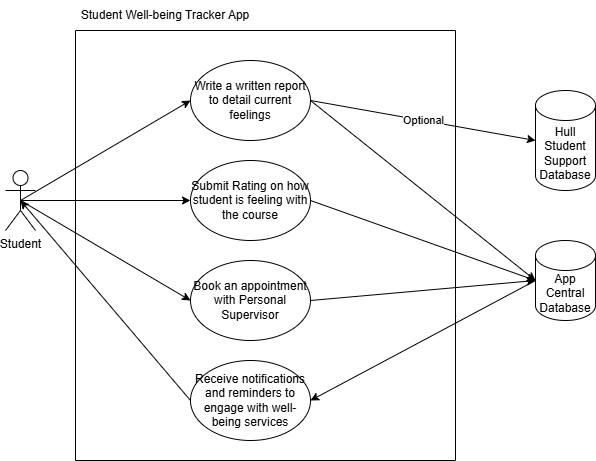
The draw.io diagram DDD_student_usecase.drawio.png in BigGuyUi/DDDcoursework, before a commit. Source tidied: cells renumbered, new cells last; positions are measured from the earlier drawing's top-left corner, leaving out a move shared by most shapes. The source it was exported from:
```xml
<mxGraphModel>
  <root>
    <mxCell id="0" />
    <mxCell id="1" parent="0" />
    <mxCell id="2" value="Student" style="shape=umlActor;verticalLabelPosition=bottom;verticalAlign=top;html=1;outlineConnect=0;" parent="1" vertex="1">
      <mxGeometry y="170" width="30" height="60" as="geometry" />
    </mxCell>
    <mxCell id="3" value="Submit Rating on how student is feeling with the course" style="ellipse;whiteSpace=wrap;html=1;" parent="1" vertex="1">
      <mxGeometry x="185" y="160" width="120" height="80" as="geometry" />
    </mxCell>
    <mxCell id="4" value="Book an appointment with Personal Supervisor" style="ellipse;whiteSpace=wrap;html=1;" parent="1" vertex="1">
      <mxGeometry x="185" y="260" width="120" height="80" as="geometry" />
    </mxCell>
    <mxCell id="5" value="Write a written report to detail current feelings" style="ellipse;whiteSpace=wrap;html=1;" parent="1" vertex="1">
      <mxGeometry x="185" y="60" width="120" height="80" as="geometry" />
    </mxCell>
    <mxCell id="6" value="App Central Database" style="shape=cylinder3;whiteSpace=wrap;html=1;boundedLbl=1;backgroundOutline=1;size=15;" parent="1" vertex="1">
      <mxGeometry x="530" y="240" width="60" height="80" as="geometry" />
    </mxCell>
    <mxCell id="7" style="endArrow=classic;html=1;rounded=0;exitX=0.5;exitY=0.5;exitDx=0;exitDy=0;exitPerimeter=0;entryX=0;entryY=0.5;entryDx=0;entryDy=0;" parent="1" edge="1" source="2" target="3">
      <mxGeometry relative="1" as="geometry" />
    </mxCell>
    <mxCell id="8" style="endArrow=classic;html=1;rounded=0;exitX=0.5;exitY=0.5;exitDx=0;exitDy=0;exitPerimeter=0;entryX=0;entryY=0.5;entryDx=0;entryDy=0;" parent="1" edge="1" source="2" target="5">
      <mxGeometry relative="1" as="geometry" />
    </mxCell>
    <mxCell id="9" style="endArrow=classic;html=1;rounded=0;exitX=0.5;exitY=0.5;exitDx=0;exitDy=0;exitPerimeter=0;entryX=0;entryY=0.5;entryDx=0;entryDy=0;" parent="1" edge="1" source="2" target="4">
      <mxGeometry relative="1" as="geometry" />
    </mxCell>
    <mxCell id="10" style="endArrow=classic;html=1;rounded=0;entryX=0;entryY=0.5;entryDx=0;entryDy=0;entryPerimeter=0;exitX=1;exitY=0.5;exitDx=0;exitDy=0;" parent="1" edge="1" source="3" target="6">
      <mxGeometry relative="1" as="geometry" />
    </mxCell>
    <mxCell id="11" style="endArrow=classic;html=1;rounded=0;entryX=0;entryY=0.5;entryDx=0;entryDy=0;entryPerimeter=0;exitX=1;exitY=0.5;exitDx=0;exitDy=0;" parent="1" edge="1" source="5" target="6">
      <mxGeometry relative="1" as="geometry" />
    </mxCell>
    <mxCell id="12" style="endArrow=classic;html=1;rounded=0;entryX=0;entryY=0.5;entryDx=0;entryDy=0;entryPerimeter=0;exitX=1;exitY=0.5;exitDx=0;exitDy=0;" parent="1" edge="1" source="4" target="6">
      <mxGeometry relative="1" as="geometry" />
    </mxCell>
    <mxCell id="13" value="Receive notifications and reminders to engage with well-being services" style="ellipse;whiteSpace=wrap;html=1;" parent="1" vertex="1">
      <mxGeometry x="185" y="360" width="120" height="80" as="geometry" />
    </mxCell>
    <mxCell id="14" style="endArrow=classic;html=1;rounded=0;exitX=0;exitY=0.5;exitDx=0;exitDy=0;entryX=0.5;entryY=0.5;entryDx=0;entryDy=0;entryPerimeter=0;" parent="1" edge="1" source="13" target="2">
      <mxGeometry relative="1" as="geometry" />
    </mxCell>
    <mxCell id="15" style="endArrow=classic;html=1;rounded=0;exitX=0;exitY=0.5;exitDx=0;exitDy=0;exitPerimeter=0;entryX=1;entryY=0.5;entryDx=0;entryDy=0;" parent="1" edge="1" source="6" target="13">
      <mxGeometry relative="1" as="geometry" />
    </mxCell>
    <mxCell id="16" value="Hull Student Support Database" style="shape=cylinder3;whiteSpace=wrap;html=1;boundedLbl=1;backgroundOutline=1;size=15;" parent="1" vertex="1">
      <mxGeometry x="530" y="90" width="60" height="100" as="geometry" />
    </mxCell>
    <mxCell id="17" style="endArrow=classic;html=1;rounded=0;entryX=0;entryY=0.5;entryDx=0;entryDy=0;entryPerimeter=0;exitX=1;exitY=0.5;exitDx=0;exitDy=0;" parent="1" edge="1" source="5" target="16">
      <mxGeometry relative="1" as="geometry" />
    </mxCell>
    <mxCell id="18" value="Optional" style="edgeLabel;html=1;align=center;verticalAlign=middle;" parent="17" vertex="1">
      <mxGeometry relative="1" as="geometry" />
    </mxCell>
    <mxCell id="19" style="swimlane;startSize=0;" parent="1" vertex="1">
      <mxGeometry x="70" y="30" width="380" height="430" as="geometry" />
    </mxCell>
    <mxCell id="20" value="Student Well-being Tracker App" style="text;html=1;whiteSpace=wrap;strokeColor=none;fillColor=none;align=center;verticalAlign=middle;rounded=0;" parent="1" vertex="1">
      <mxGeometry x="70" width="180" height="30" as="geometry" />
    </mxCell>
  </root>
</mxGraphModel>
```
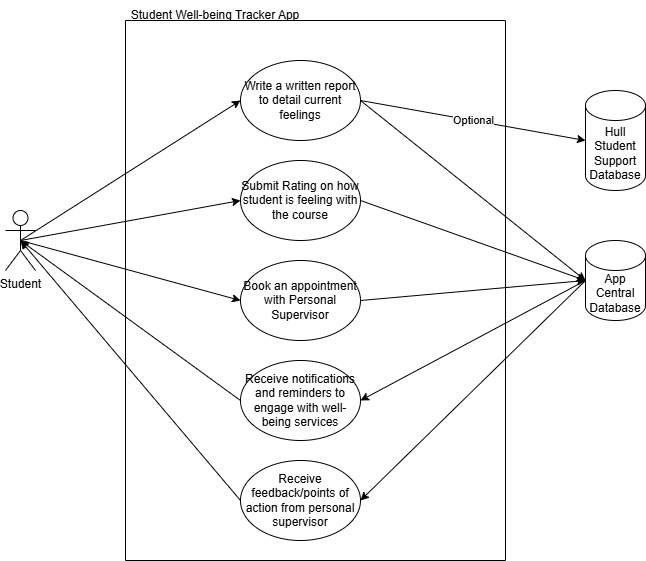
After the change.

The edit, as a diff of the source:
```diff
@@ -3,7 +3,7 @@
     <mxCell id="0" />
     <mxCell id="1" parent="0" />
     <mxCell id="2" value="Student" style="shape=umlActor;verticalLabelPosition=bottom;verticalAlign=top;html=1;outlineConnect=0;" parent="1" vertex="1">
-      <mxGeometry y="170" width="30" height="60" as="geometry" />
+      <mxGeometry x="-50" y="210" width="30" height="60" as="geometry" />
     </mxCell>
     <mxCell id="3" value="Submit Rating on how student is feeling with the course" style="ellipse;whiteSpace=wrap;html=1;" parent="1" vertex="1">
       <mxGeometry x="185" y="160" width="120" height="80" as="geometry" />
@@ -54,10 +54,19 @@
       <mxGeometry relative="1" as="geometry" />
     </mxCell>
     <mxCell id="19" style="swimlane;startSize=0;" parent="1" vertex="1">
-      <mxGeometry x="70" y="30" width="380" height="430" as="geometry" />
+      <mxGeometry x="70" y="20" width="380" height="540" as="geometry" />
     </mxCell>
+    <mxCell id="21" value="Receive feedback/points of action from personal supervisor" style="ellipse;whiteSpace=wrap;html=1;" parent="19" vertex="1">
+      <mxGeometry x="115" y="440" width="120" height="80" as="geometry" />
+    </mxCell>
     <mxCell id="20" value="Student Well-being Tracker App" style="text;html=1;whiteSpace=wrap;strokeColor=none;fillColor=none;align=center;verticalAlign=middle;rounded=0;" parent="1" vertex="1">
       <mxGeometry x="70" width="180" height="30" as="geometry" />
     </mxCell>
+    <mxCell id="22" style="endArrow=classic;html=1;rounded=0;exitX=0;exitY=0.5;exitDx=0;exitDy=0;exitPerimeter=0;entryX=1;entryY=0.5;entryDx=0;entryDy=0;" parent="1" edge="1" source="6" target="21">
+      <mxGeometry relative="1" as="geometry" />
+    </mxCell>
+    <mxCell id="23" style="endArrow=classic;html=1;rounded=0;exitX=0;exitY=0.5;exitDx=0;exitDy=0;entryX=0.5;entryY=0.5;entryDx=0;entryDy=0;entryPerimeter=0;" parent="1" edge="1" source="21" target="2">
+      <mxGeometry relative="1" as="geometry" />
+    </mxCell>
   </root>
 </mxGraphModel>
```
